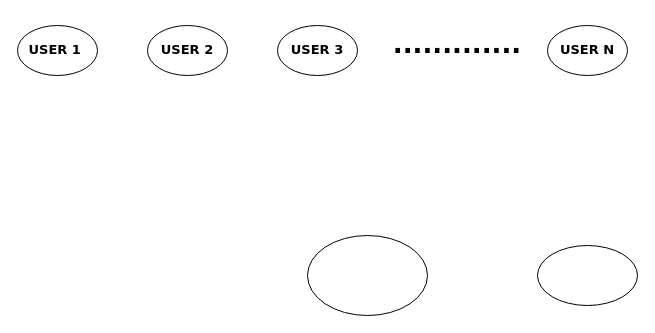
The draw.io diagram moksha_spotify.drawio in ChanumoluGayathri/System_Design, before the edit. Source tidied: cells renumbered, new cells numbered last; positions are measured from the earlier drawing's top-left corner, leaving out a move shared by most shapes. Both pictures are drawn from the tidied source at 100%, with x=0, y=0 at pixel (17, 25).
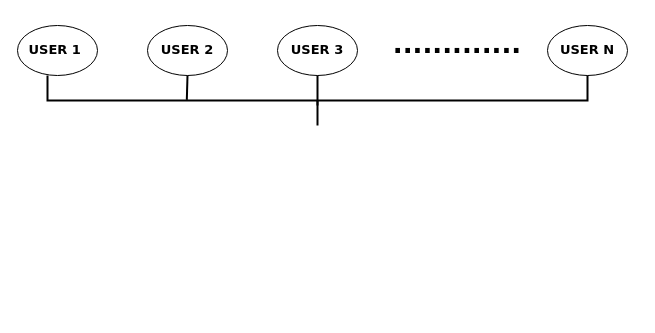
After the change.

What changed in the source:
```diff
@@
 <mxGraphModel>
   <root>
     <mxCell id="0" />
     <mxCell id="1" parent="0" />
-    <mxCell id="2" style="ellipse;whiteSpace=wrap;html=1;hachureGap=4;fontFamily=Architects Daughter;" parent="1" vertex="1">
-      <mxGeometry x="290" y="210" width="120" height="80" as="geometry" />
-    </mxCell>
-    <mxCell id="3" style="ellipse;whiteSpace=wrap;html=1;hachureGap=4;fontFamily=Architects Daughter;" parent="1" vertex="1">
-      <mxGeometry x="520" y="220" width="100" height="60" as="geometry" />
-    </mxCell>
     <mxCell id="4" value="&lt;font style=&quot;font-size: 13px;&quot; face=&quot;Verdana&quot;&gt;&lt;b&gt;USER 1&amp;nbsp;&lt;/b&gt;&lt;/font&gt;" style="ellipse;whiteSpace=wrap;html=1;hachureGap=4;fontFamily=Architects Daughter;" parent="1" vertex="1">
       <mxGeometry width="80" height="50" as="geometry" />
     </mxCell>
     <mxCell id="5" value="&lt;b style=&quot;font-family: Verdana; font-size: 13px;&quot;&gt;USER 3&lt;/b&gt;" style="ellipse;whiteSpace=wrap;html=1;hachureGap=4;fontFamily=Architects Daughter;" parent="1" vertex="1">
       <mxGeometry x="260" width="80" height="50" as="geometry" />
     </mxCell>
     <mxCell id="6" value="&lt;b style=&quot;font-family: Verdana; font-size: 13px;&quot;&gt;USER 2&lt;/b&gt;" style="ellipse;whiteSpace=wrap;html=1;hachureGap=4;fontFamily=Architects Daughter;" parent="1" vertex="1">
       <mxGeometry x="130" width="80" height="50" as="geometry" />
     </mxCell>
     <mxCell id="7" value="&lt;font face=&quot;Verdana&quot; style=&quot;font-size: 38px;&quot;&gt;&lt;b style=&quot;font-size: 26px;&quot;&gt;.............&lt;/b&gt;&lt;/font&gt;" style="text;html=1;align=center;verticalAlign=middle;whiteSpace=wrap;rounded=0;fontFamily=Architects Daughter;" parent="1" vertex="1">
       <mxGeometry x="410" width="60" height="30" as="geometry" />
     </mxCell>
     <mxCell id="8" value="&lt;b style=&quot;font-family: Verdana; font-size: 13px;&quot;&gt;USER N&lt;/b&gt;" style="ellipse;whiteSpace=wrap;html=1;hachureGap=4;fontFamily=Architects Daughter;" parent="1" vertex="1">
       <mxGeometry x="530" width="80" height="50" as="geometry" />
     </mxCell>
+    <mxCell id="9" style="strokeWidth=2;html=1;shape=mxgraph.flowchart.annotation_2;align=left;labelPosition=right;hachureGap=4;fontFamily=Architects Daughter;direction=north;" parent="1" vertex="1">
+      <mxGeometry x="30" y="50" width="540" height="50" as="geometry" />
+    </mxCell>
+    <mxCell id="10" style="endArrow=none;html=1;rounded=0;hachureGap=4;fontFamily=Architects Daughter;exitX=0.5;exitY=1;exitDx=0;exitDy=0;entryX=0.512;entryY=0.258;entryDx=0;entryDy=0;entryPerimeter=0;strokeWidth=2;fontStyle=1;" parent="1" edge="1" source="6" target="9">
+      <mxGeometry relative="1" as="geometry" />
+    </mxCell>
+    <mxCell id="11" style="endArrow=none;html=1;rounded=0;hachureGap=4;fontFamily=Architects Daughter;exitX=1;exitY=0.5;exitDx=0;exitDy=0;exitPerimeter=0;strokeWidth=2;" parent="1" edge="1" source="9">
+      <mxGeometry relative="1" as="geometry">
+        <mxPoint x="300" y="80" as="targetPoint" />
+      </mxGeometry>
+    </mxCell>
   </root>
 </mxGraphModel>
```
